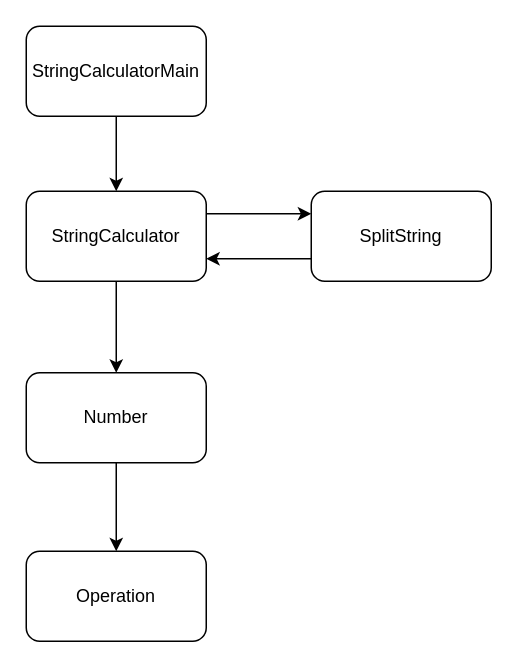
Above: class.drawio in GangBean/java-lotto (draw.io), before the change. Source tidied: cells renumbered, new cells numbered last; positions are measured from the earlier drawing's top-left corner, leaving out a move shared by most shapes. Both pictures are drawn from the tidied source at 150%, with x=0, y=0 at pixel (26, 26).
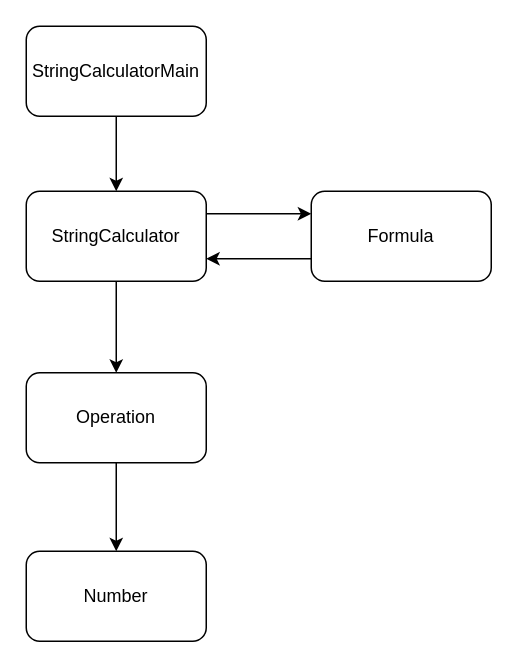
After the change.

Change to the diagram source:
```diff
@@
 <mxGraphModel>
   <root>
     <mxCell id="0" />
     <mxCell id="1" parent="0" />
     <mxCell id="2" style="edgeStyle=orthogonalEdgeStyle;rounded=0;jettySize=auto;html=1;exitX=0.5;exitY=1;exitDx=0;exitDy=0;" parent="1" edge="1" source="4" target="8">
       <mxGeometry relative="1" as="geometry" />
     </mxCell>
     <mxCell id="3" style="edgeStyle=orthogonalEdgeStyle;rounded=0;jettySize=auto;html=1;exitX=1;exitY=0.25;exitDx=0;exitDy=0;entryX=0;entryY=0.25;entryDx=0;entryDy=0;" parent="1" edge="1" source="4" target="10">
       <mxGeometry relative="1" as="geometry" />
     </mxCell>
     <mxCell id="4" value="StringCalculator" style="rounded=1;whiteSpace=wrap;html=1;" parent="1" vertex="1">
       <mxGeometry y="110" width="120" height="60" as="geometry" />
     </mxCell>
     <mxCell id="5" style="edgeStyle=orthogonalEdgeStyle;rounded=0;jettySize=auto;html=1;exitX=0.5;exitY=1;exitDx=0;exitDy=0;" parent="1" edge="1" source="6" target="4">
       <mxGeometry relative="1" as="geometry" />
     </mxCell>
     <mxCell id="6" value="StringCalculatorMain" style="rounded=1;whiteSpace=wrap;html=1;" parent="1" vertex="1">
       <mxGeometry width="120" height="60" as="geometry" />
     </mxCell>
     <mxCell id="7" style="edgeStyle=orthogonalEdgeStyle;rounded=0;jettySize=auto;html=1;exitX=0.5;exitY=1;exitDx=0;exitDy=0;" parent="1" edge="1" source="8" target="11">
       <mxGeometry relative="1" as="geometry" />
     </mxCell>
-    <mxCell id="8" value="Number" style="rounded=1;whiteSpace=wrap;html=1;" parent="1" vertex="1">
+    <mxCell id="8" value="Operation" style="rounded=1;whiteSpace=wrap;html=1;" parent="1" vertex="1">
       <mxGeometry y="231" width="120" height="60" as="geometry" />
     </mxCell>
     <mxCell id="9" style="edgeStyle=orthogonalEdgeStyle;rounded=0;jettySize=auto;html=1;exitX=0;exitY=0.75;exitDx=0;exitDy=0;entryX=1;entryY=0.75;entryDx=0;entryDy=0;" parent="1" edge="1" source="10" target="4">
       <mxGeometry relative="1" as="geometry" />
     </mxCell>
-    <mxCell id="10" value="SplitString" style="rounded=1;whiteSpace=wrap;html=1;" parent="1" vertex="1">
+    <mxCell id="10" value="Formula" style="rounded=1;whiteSpace=wrap;html=1;" parent="1" vertex="1">
       <mxGeometry x="190" y="110" width="120" height="60" as="geometry" />
     </mxCell>
-    <mxCell id="11" value="Operation" style="rounded=1;whiteSpace=wrap;html=1;" parent="1" vertex="1">
+    <mxCell id="11" value="Number" style="rounded=1;whiteSpace=wrap;html=1;" parent="1" vertex="1">
       <mxGeometry y="350" width="120" height="60" as="geometry" />
     </mxCell>
   </root>
 </mxGraphModel>
```
